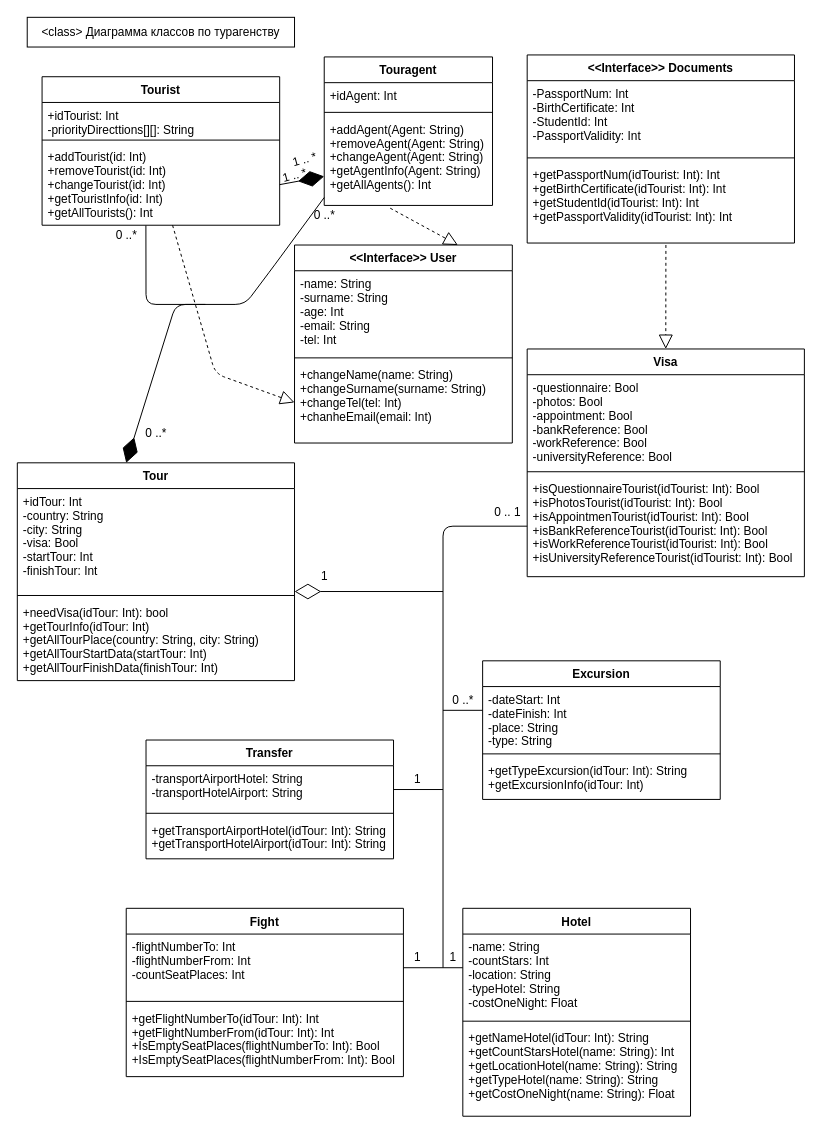
This is Untitled Diagram.drawio from f0rsunka/UML, a draw.io file, before an edit. Source tidied: cells renumbered, new cells numbered last; positions are measured from the earlier drawing's top-left corner, leaving out a move shared by most shapes. Both pictures are drawn from the tidied source at 99%, with x=0, y=0 at pixel (17, 17).
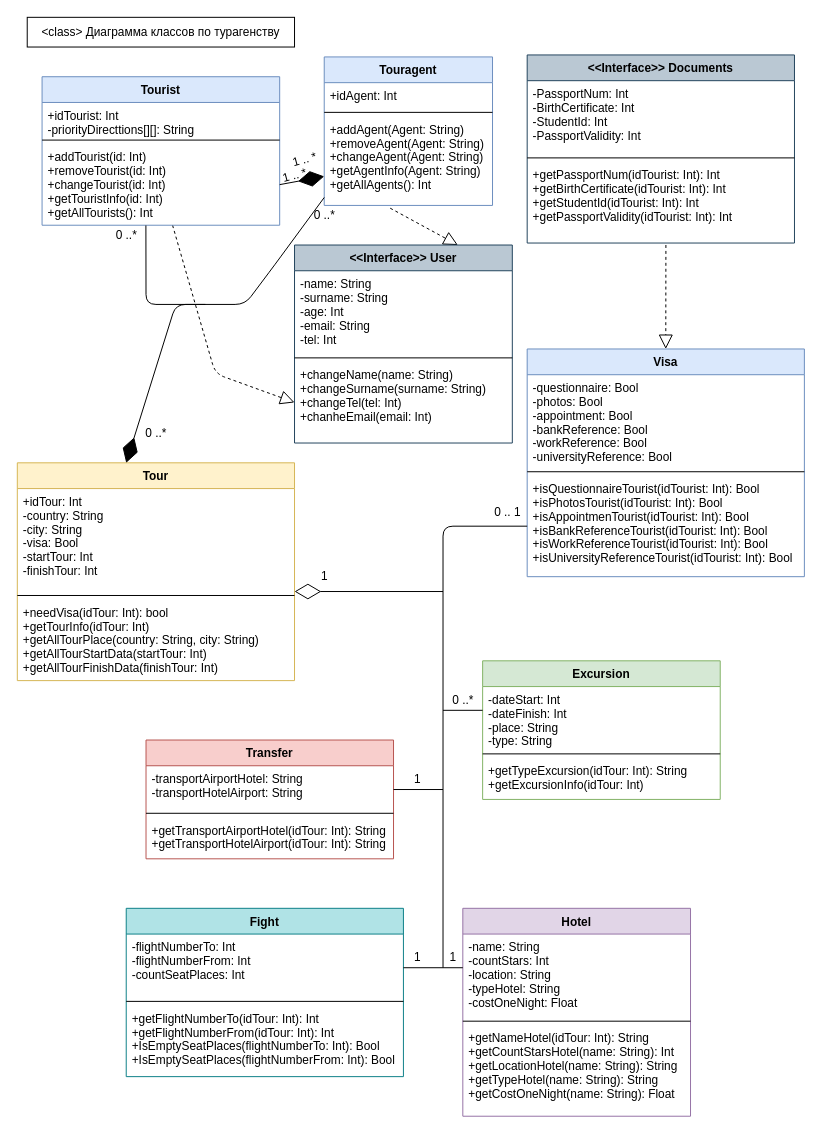
The same page after the edit.

Change to the diagram source:
```diff
@@
-    <mxCell id="5" value="Tourist" style="swimlane;fontStyle=1;align=center;verticalAlign=top;horizontal=1;startSize=26;" parent="1" vertex="1">
+    <mxCell id="5" value="Tourist" style="swimlane;fontStyle=1;align=center;verticalAlign=top;horizontal=1;startSize=26;fillColor=#dae8fc;strokeColor=#6c8ebf;" parent="1" vertex="1">
       <mxGeometry x="25" y="60" width="240" height="150" as="geometry" />
     </mxCell>
@@
-    <mxCell id="9" value="Touragent" style="swimlane;fontStyle=1;align=center;verticalAlign=top;horizontal=1;startSize=26;" parent="1" vertex="1">
+    <mxCell id="9" value="Touragent" style="swimlane;fontStyle=1;align=center;verticalAlign=top;horizontal=1;startSize=26;fillColor=#dae8fc;strokeColor=#6c8ebf;" parent="1" vertex="1">
       <mxGeometry x="310" y="40" width="170" height="150" as="geometry" />
     </mxCell>
@@
-    <mxCell id="13" value="&lt;&lt;Interface&gt;&gt; Documents" style="swimlane;fontStyle=1;align=center;verticalAlign=top;horizontal=1;startSize=26;" parent="1" vertex="1">
+    <mxCell id="13" value="&lt;&lt;Interface&gt;&gt; Documents" style="swimlane;fontStyle=1;align=center;verticalAlign=top;horizontal=1;startSize=26;fillColor=#bac8d3;strokeColor=#23445d;" parent="1" vertex="1">
       <mxGeometry x="515" y="38" width="270" height="190" as="geometry" />
     </mxCell>
@@
-    <mxCell id="17" value="&lt;&lt;Interface&gt;&gt; User&#10;" style="swimlane;fontStyle=1;align=center;verticalAlign=top;horizontal=1;startSize=26;" parent="1" vertex="1">
+    <mxCell id="17" value="&lt;&lt;Interface&gt;&gt; User&#10;" style="swimlane;fontStyle=1;align=center;verticalAlign=top;horizontal=1;startSize=26;fillColor=#bac8d3;strokeColor=#23445d;" parent="1" vertex="1">
       <mxGeometry x="280" y="230" width="220" height="200" as="geometry" />
     </mxCell>
-    <mxCell id="18" value="-name: String&#10;-surname: String&#10;-age: Int&#10;-email: String&#10;-tel: Int" style="text;strokeColor=none;fillColor=none;align=left;verticalAlign=top;spacingLeft=4;spacingRight=4;overflow=hidden;" parent="17" vertex="1">
+    <mxCell id="18" value="-name: String&#10;-surname: String&#10;-age: Int&#10;-email: String&#10;-tel: Int" style="text;align=left;verticalAlign=top;spacingLeft=4;spacingRight=4;overflow=hidden;" parent="17" vertex="1">
       <mxGeometry y="26" width="220" height="84" as="geometry" />
     </mxCell>
@@
-    <mxCell id="21" value="Visa" style="swimlane;fontStyle=1;align=center;verticalAlign=top;horizontal=1;startSize=26;" parent="1" vertex="1">
+    <mxCell id="21" value="Visa" style="swimlane;fontStyle=1;align=center;verticalAlign=top;horizontal=1;startSize=26;fillColor=#dae8fc;strokeColor=#6c8ebf;" parent="1" vertex="1">
       <mxGeometry x="515" y="335" width="280" height="230" as="geometry" />
     </mxCell>
@@
-    <mxCell id="25" value="Tour" style="swimlane;fontStyle=1;align=center;verticalAlign=top;horizontal=1;startSize=26;" parent="1" vertex="1">
+    <mxCell id="25" value="Tour" style="swimlane;fontStyle=1;align=center;verticalAlign=top;horizontal=1;startSize=26;fillColor=#fff2cc;strokeColor=#d6b656;" parent="1" vertex="1">
       <mxGeometry y="450" width="280" height="220" as="geometry" />
     </mxCell>
@@
-    <mxCell id="29" value="Excursion" style="swimlane;fontStyle=1;align=center;verticalAlign=top;horizontal=1;startSize=26;" parent="1" vertex="1">
+    <mxCell id="29" value="Excursion" style="swimlane;fontStyle=1;align=center;verticalAlign=top;horizontal=1;startSize=26;fillColor=#d5e8d4;strokeColor=#82b366;" parent="1" vertex="1">
       <mxGeometry x="470" y="650" width="240" height="140" as="geometry" />
     </mxCell>
@@
-    <mxCell id="33" value="Hotel" style="swimlane;fontStyle=1;align=center;verticalAlign=top;horizontal=1;startSize=26;" parent="1" vertex="1">
+    <mxCell id="33" value="Hotel" style="swimlane;fontStyle=1;align=center;verticalAlign=top;horizontal=1;startSize=26;fillColor=#e1d5e7;strokeColor=#9673a6;" parent="1" vertex="1">
       <mxGeometry x="450" y="900" width="230" height="210" as="geometry" />
     </mxCell>
@@
-    <mxCell id="37" value="Fight" style="swimlane;fontStyle=1;align=center;verticalAlign=top;horizontal=1;startSize=26;" parent="1" vertex="1">
+    <mxCell id="37" value="Fight" style="swimlane;fontStyle=1;align=center;verticalAlign=top;horizontal=1;startSize=26;fillColor=#b0e3e6;strokeColor=#0e8088;" parent="1" vertex="1">
       <mxGeometry x="110" y="900" width="280" height="170" as="geometry" />
     </mxCell>
@@
-    <mxCell id="41" value="Transfer" style="swimlane;fontStyle=1;align=center;verticalAlign=top;horizontal=1;startSize=26;" parent="1" vertex="1">
+    <mxCell id="41" value="Transfer" style="swimlane;fontStyle=1;align=center;verticalAlign=top;horizontal=1;startSize=26;fillColor=#f8cecc;strokeColor=#b85450;" parent="1" vertex="1">
       <mxGeometry x="130" y="730" width="250" height="120" as="geometry" />
     </mxCell>
```
